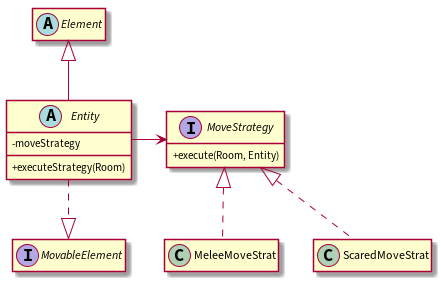
Before: docs/uml/movement_strategy.png, a diagram exported from PlantUML (JoaoCostaIFG/LPOO). Source of this version:
```plantuml
@startuml

hide empty members
skinparam classAttributeIconSize 0

interface MoveStrategy {
+ execute(Room, Entity)
}

interface MovableElement {

}

abstract class Element {

}

abstract class Entity {
- moveStrategy
+ executeStrategy(Room)
}

class MeleeMoveStrat {}
class ScaredMoveStrat {}

Element ^-down- Entity
MovableElement ^.up. Entity
MoveStrategy <-right- Entity

MoveStrategy ^.. MeleeMoveStrat
MoveStrategy ^.. ScaredMoveStrat

@enduml
```
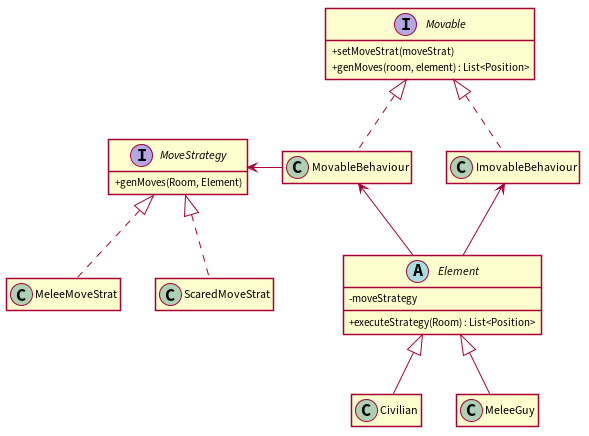
Above is the later version.

Commit message:
Update movement strategy uml.

The edit, as a diff of the source:
```diff
@@ -2,32 +2,42 @@
 
 hide empty members
 skinparam classAttributeIconSize 0
+skinparam linetype polyline
+skinparam shadowing false
+
+interface Movable {
+  + setMoveStrat(moveStrat)
+  + genMoves(room, element) : List<Position>
+}
 
 interface MoveStrategy {
-+ execute(Room, Entity)
-}
-
-interface MovableElement {
-
++ genMoves(Room, Element)
 }
 
 abstract class Element {
-
-}
-
-abstract class Entity {
 - moveStrategy
-+ executeStrategy(Room)
++ executeStrategy(Room) : List<Position>
 }
 
 class MeleeMoveStrat {}
 class ScaredMoveStrat {}
+class ImovableBehaviour {}
+class MovableBehaviour {}
+class Civilian {}
+class MeleeGuy {}
 
-Element ^-down- Entity
-MovableElement ^.up. Entity
-MoveStrategy <-right- Entity
+ImovableBehaviour .up.^ Movable
+MovableBehaviour .up.^ Movable
 
-MoveStrategy ^.. MeleeMoveStrat
-MoveStrategy ^.. ScaredMoveStrat
+Element -up-> ImovableBehaviour
+Element -up-> MovableBehaviour
+
+Civilian -up-^ Element
+MeleeGuy -up-^ Element
+
+MeleeMoveStrat .up.^ MoveStrategy
+ScaredMoveStrat .up.^ MoveStrategy
+
+MovableBehaviour -left-> MoveStrategy
 
 @enduml
```
